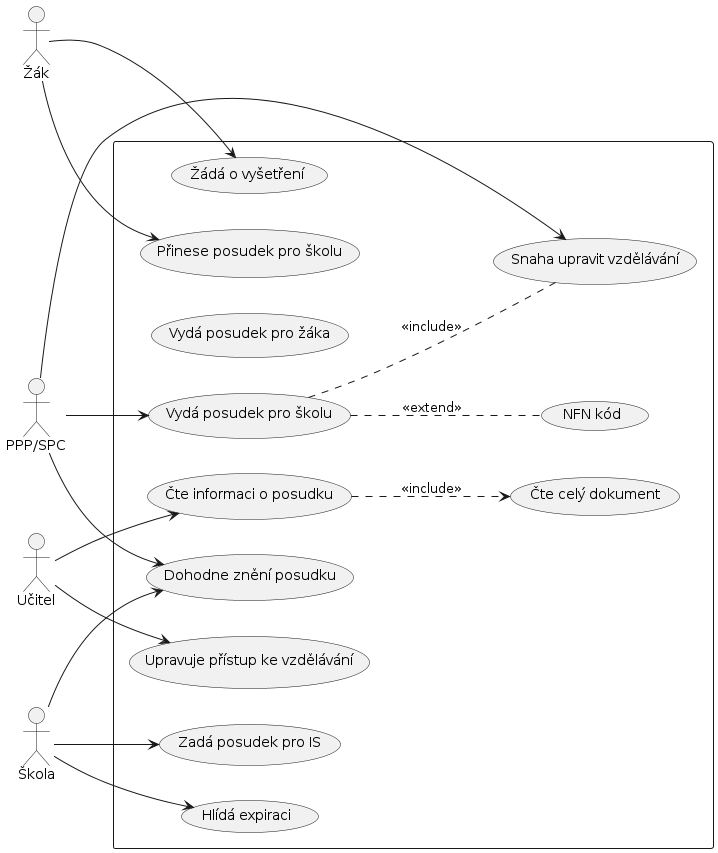
Before: img/uc-digitalni-evidence-spu.png, a diagram exported from PlantUML (DanielADK/tul-prj). The source it was exported from:
```plantuml
@startuml
left to right direction

actor "Žák" as Zak
actor "Učitel" as Ucitel
actor "PPP/SPC" as PPPSPC
actor "Škola" as Skola

rectangle {
  usecase "Žádá o vyšetření" as UC1
  usecase "NFN kód" as UC2
  usecase "Vydá posudek pro školu" as UC3
  usecase "Snaha upravit vzdělávání" as UC4
  usecase "Vydá posudek pro žáka" as UC5
  usecase "Přinese posudek pro školu" as UC6
  usecase "Zadá posudek pro IS" as UC7
  usecase "Čte informaci o posudku" as UC8
  usecase "Čte celý dokument" as UC9
  usecase "Hlídá expiraci" as UC10
  usecase "Dohodne znění posudku" as UC11
  usecase "Upravuje přístup ke vzdělávání" as UC12
}
Zak --> UC1
Zak --> UC6
Ucitel --> UC8
Ucitel --> UC12
UC8 ..> UC9 : <<include>>
Skola --> UC7
Skola --> UC10
Skola --> UC11
PPPSPC --> UC11
PPPSPC --> UC3
PPPSPC --> UC4
UC3 .. UC4 : <<include>>
UC3 .. UC2 : <<extend>>

@enduml
```
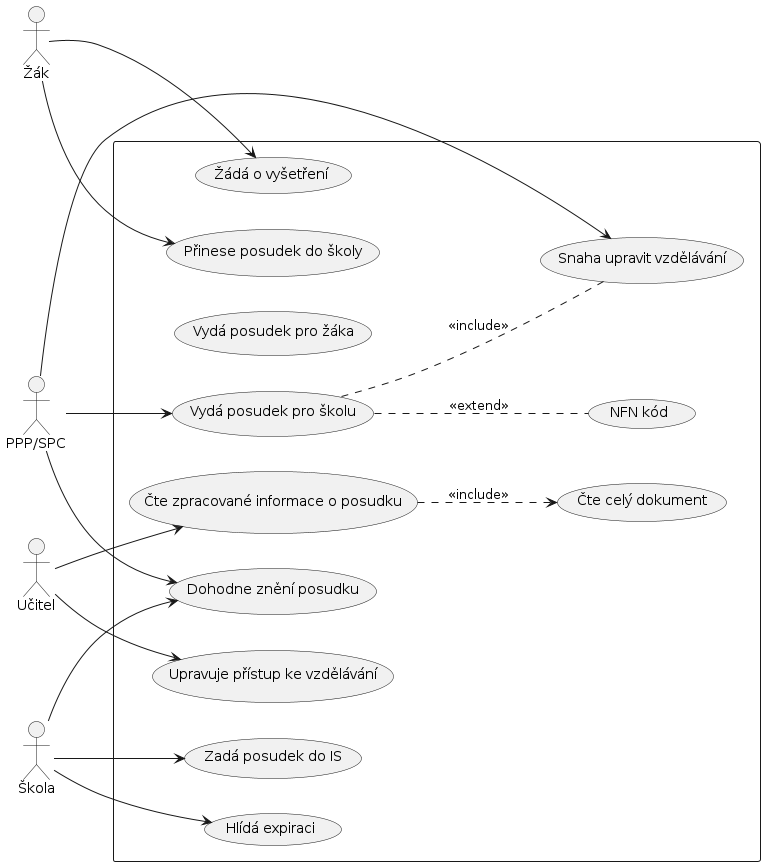
The same file after the commit.

What changed in the source:
```diff
@@ -12,9 +12,9 @@
   usecase "Vydá posudek pro školu" as UC3
   usecase "Snaha upravit vzdělávání" as UC4
   usecase "Vydá posudek pro žáka" as UC5
-  usecase "Přinese posudek pro školu" as UC6
-  usecase "Zadá posudek pro IS" as UC7
-  usecase "Čte informaci o posudku" as UC8
+  usecase "Přinese posudek do školy" as UC6
+  usecase "Zadá posudek do IS" as UC7
+  usecase "Čte zpracované informace o posudku" as UC8
   usecase "Čte celý dokument" as UC9
   usecase "Hlídá expiraci" as UC10
   usecase "Dohodne znění posudku" as UC11
```
